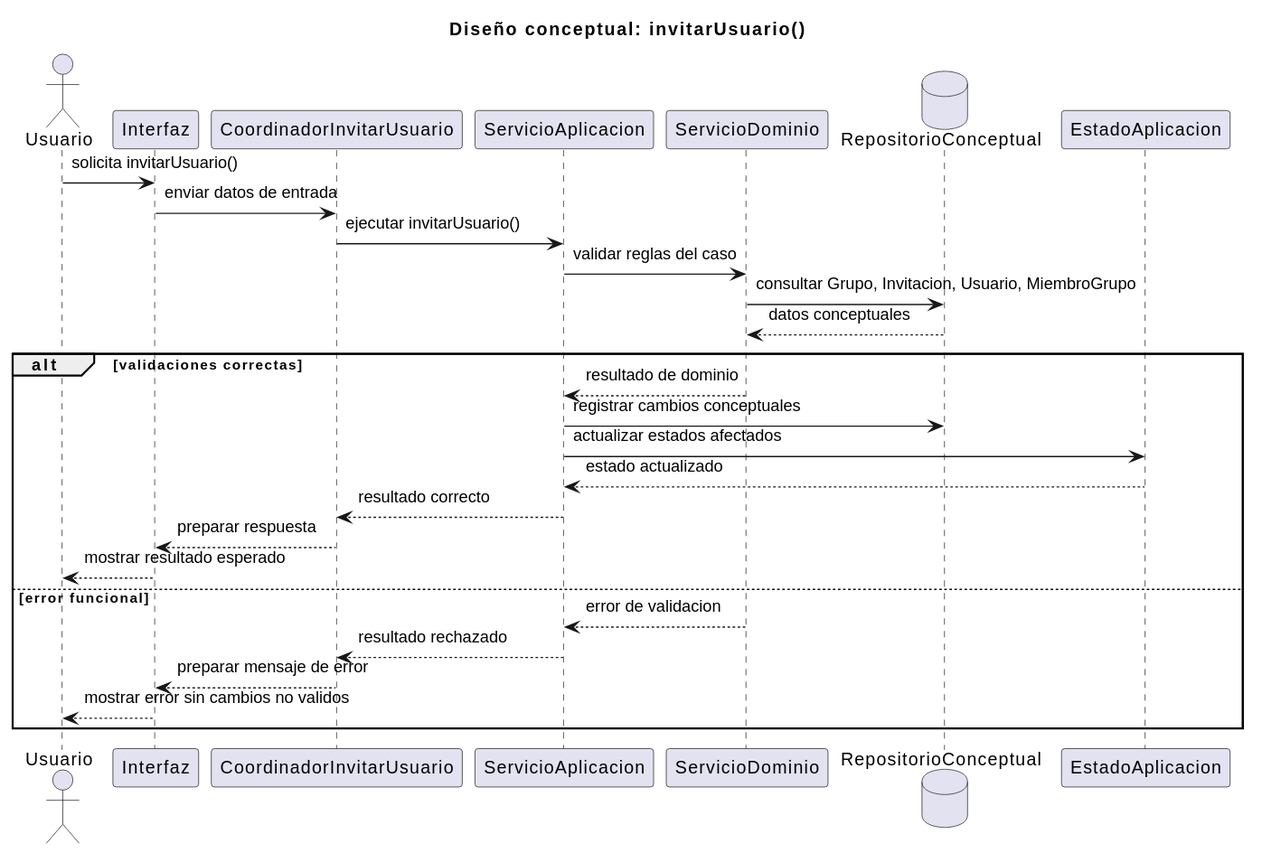
Above: documents/RUP/02-diseño/casos-uso/gestion-grupos/invitarUsuario/secuencia.svg in inigovaqueroo04/25-26-idsw2-sdVC (PlantUML), before the change.
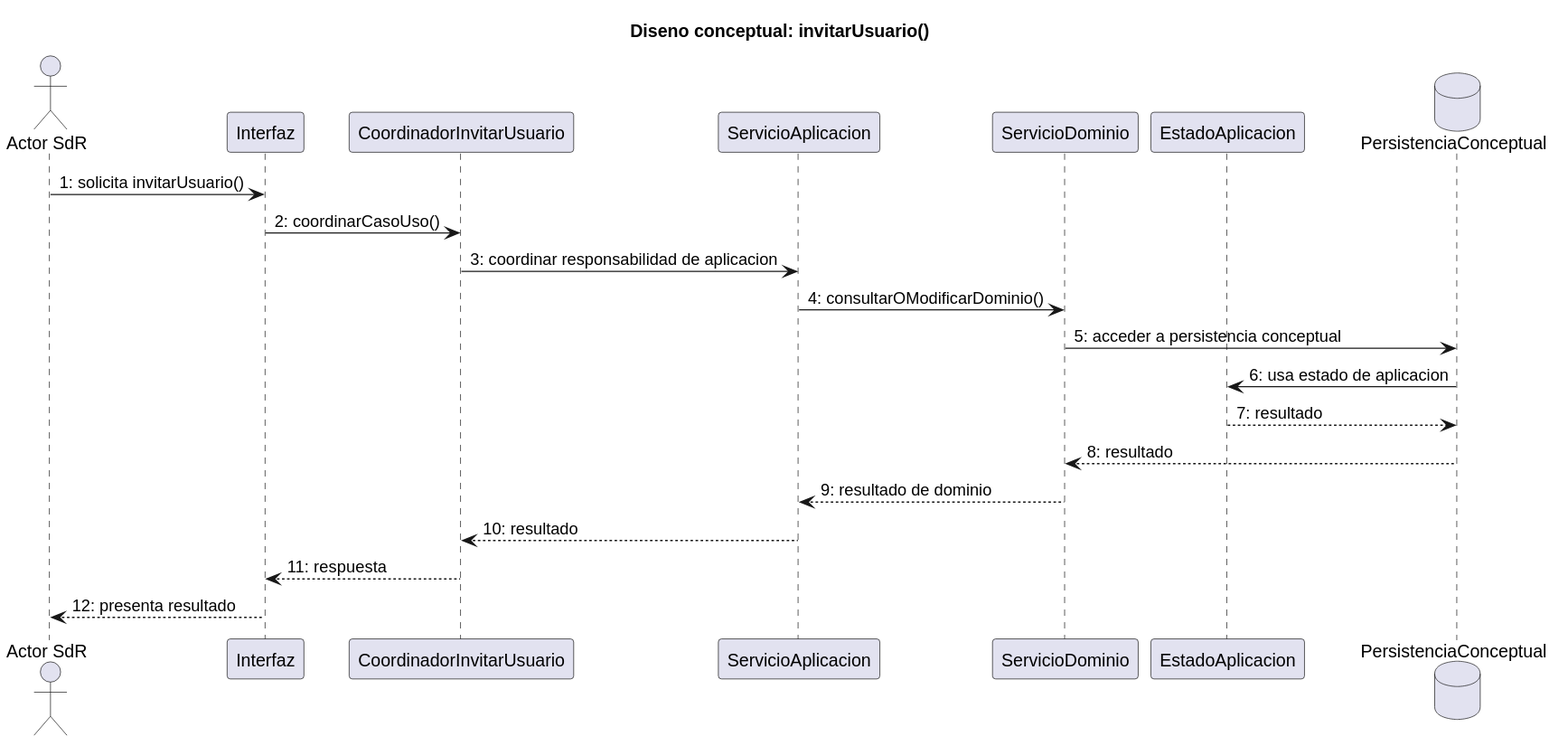
The same diagram one commit later.

Commit message:
docs: ajustar diseno de invitar usuario

Diff of the diagram source:
```diff
@@ -1,33 +1,24 @@
 @startuml
-title Diseño conceptual: invitarUsuario()
+title Diseno conceptual: invitarUsuario()
 
-actor "Usuario" as Usuario
+actor "Actor SdR" as Actor
 participant "Interfaz" as Interfaz
 participant "CoordinadorInvitarUsuario" as Coordinador
 participant "ServicioAplicacion" as ServicioAplicacion
 participant "ServicioDominio" as ServicioDominio
-database "RepositorioConceptual" as Repositorio
 participant "EstadoAplicacion" as EstadoAplicacion
+database "PersistenciaConceptual" as Persistencia
 
-Usuario -> Interfaz : solicita invitarUsuario()
-Interfaz -> Coordinador : enviar datos de entrada
-Coordinador -> ServicioAplicacion : ejecutar invitarUsuario()
-ServicioAplicacion -> ServicioDominio : validar reglas del caso
-ServicioDominio -> Repositorio : consultar Grupo, Invitacion, Usuario, MiembroGrupo
-Repositorio --> ServicioDominio : datos conceptuales
-
-alt validaciones correctas
-  ServicioDominio --> ServicioAplicacion : resultado de dominio
-  ServicioAplicacion -> Repositorio : registrar cambios conceptuales
-  ServicioAplicacion -> EstadoAplicacion : actualizar estados afectados
-  EstadoAplicacion --> ServicioAplicacion : estado actualizado
-  ServicioAplicacion --> Coordinador : resultado correcto
-  Coordinador --> Interfaz : preparar respuesta
-  Interfaz --> Usuario : mostrar resultado esperado
-else error funcional
-  ServicioDominio --> ServicioAplicacion : error de validacion
-  ServicioAplicacion --> Coordinador : resultado rechazado
-  Coordinador --> Interfaz : preparar mensaje de error
-  Interfaz --> Usuario : mostrar error sin cambios no validos
-end
+Actor -> Interfaz : 1: solicita invitarUsuario()
+Interfaz -> Coordinador : 2: coordinarCasoUso()
+Coordinador -> ServicioAplicacion : 3: coordinar responsabilidad de aplicacion
+ServicioAplicacion -> ServicioDominio : 4: consultarOModificarDominio()
+ServicioDominio -> Persistencia : 5: acceder a persistencia conceptual
+Persistencia -> EstadoAplicacion : 6: usa estado de aplicacion
+EstadoAplicacion --> Persistencia : 7: resultado
+Persistencia --> ServicioDominio : 8: resultado
+ServicioDominio --> ServicioAplicacion : 9: resultado de dominio
+ServicioAplicacion --> Coordinador : 10: resultado
+Coordinador --> Interfaz : 11: respuesta
+Interfaz --> Actor : 12: presenta resultado
 @enduml
```
